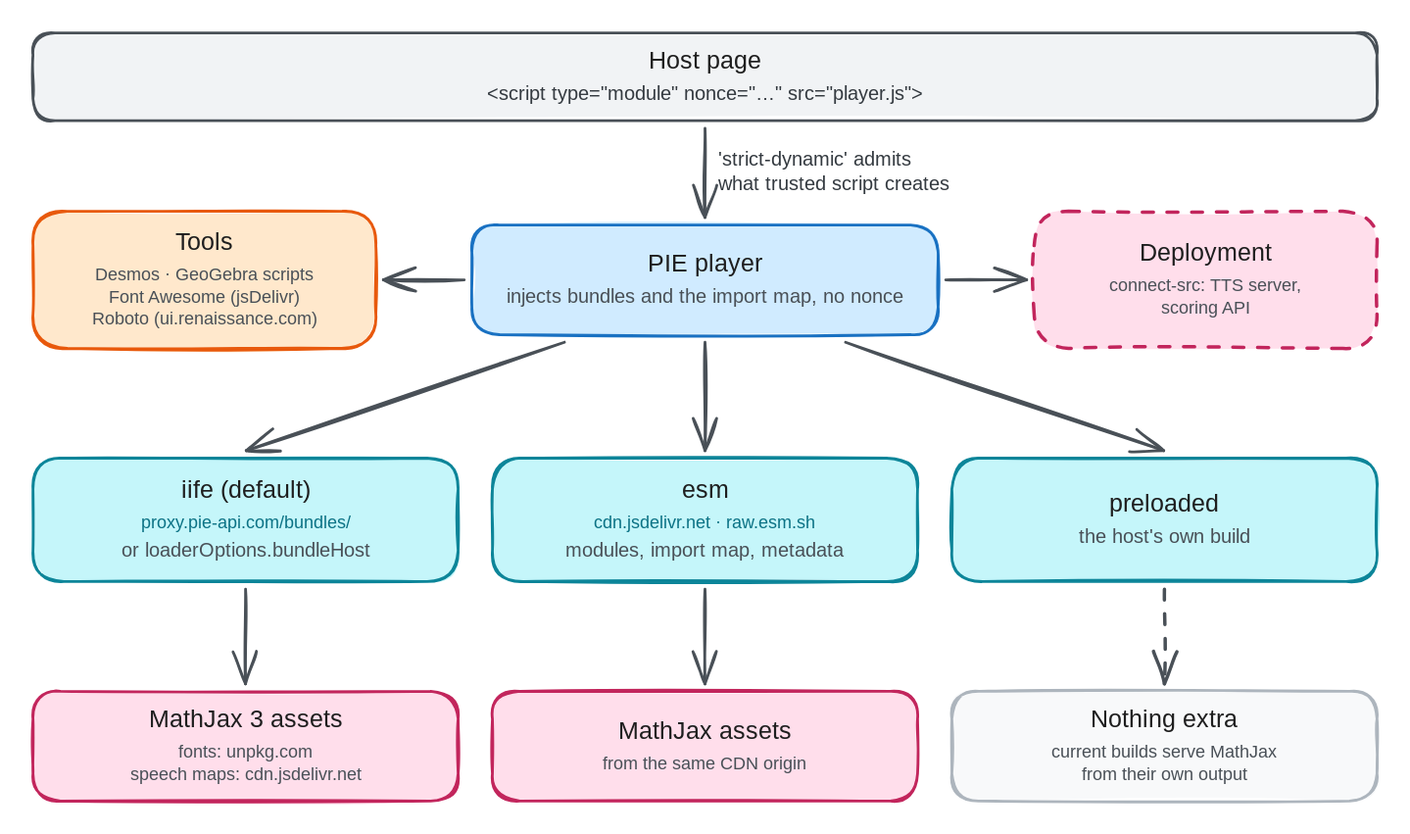
This is packages/pie-website-app/static/images/diagrams/csp-origins.excalidraw.svg from pie-framework/pie-website-ng, a Excalidraw export, as it was before one commit. Source tidied: one line per element, renumbered; positions are measured from the earlier drawing's top-left corner, leaving out a move shared by most shapes.
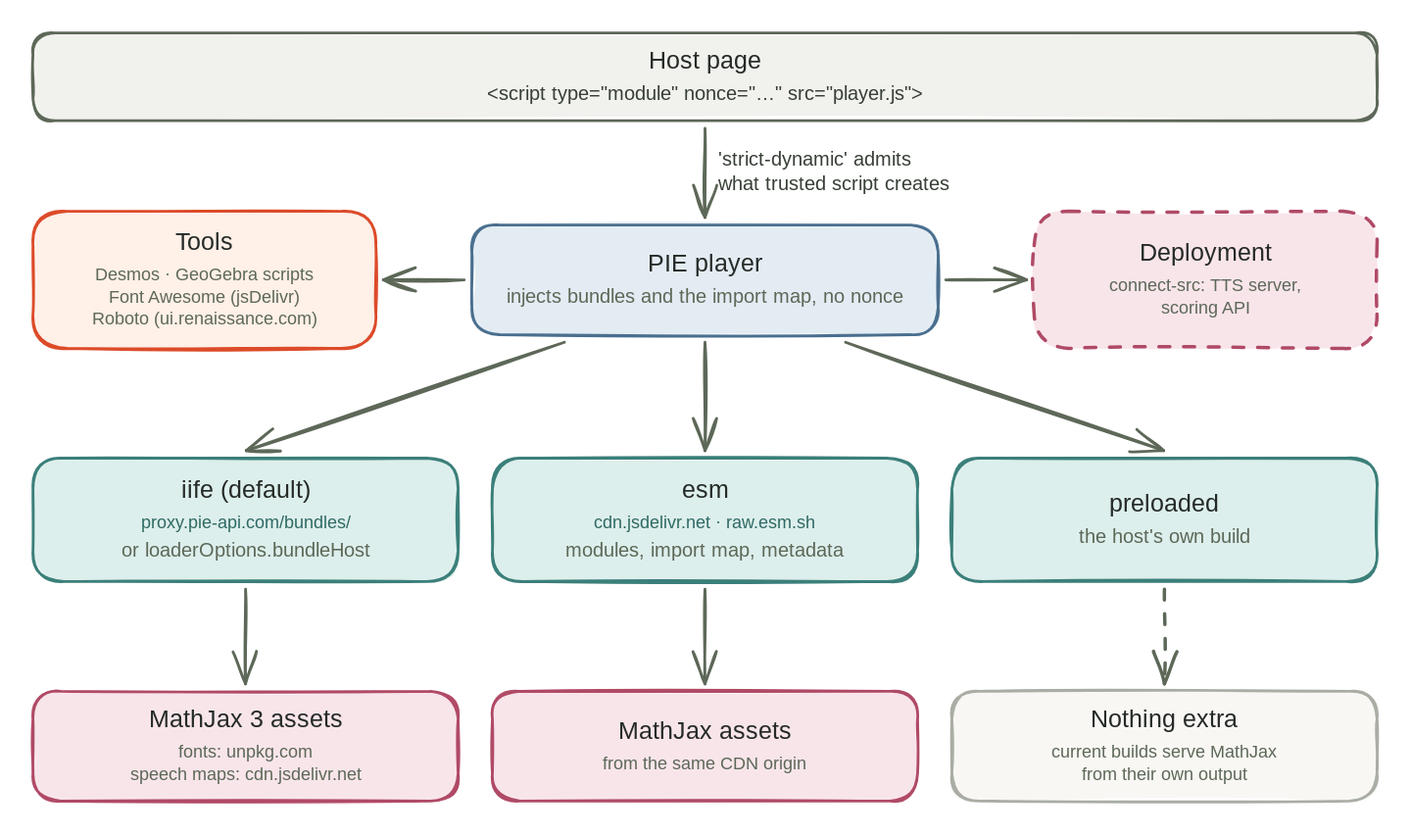
Above is the later version.

What changed in the source:
```diff
@@ -1,42 +1,42 @@
-{"id": 0, "type": "rectangle", "strokeColor": "#495057", "backgroundColor": "#f1f3f5", "fillStyle": "solid", "strokeWidth": 2, "roughness": 1, "round": true, "x": 0, "y": 0, "width": 980, "height": 64}
+{"id": 0, "type": "rectangle", "strokeColor": "#5d6858", "backgroundColor": "#f1f1ed", "fillStyle": "solid", "strokeWidth": 2, "roughness": 1, "round": true, "x": 0, "y": 0, "width": 980, "height": 64}
-{"id": 1, "type": "text", "text": "Host page", "strokeColor": "#1e1e1e", "strokeWidth": 2, "roughness": 1, "fontSize": 18, "fontFamily": 5, "textAlign": "center", "x": 446, "y": 10, "width": 88, "height": 22}
+{"id": 1, "type": "text", "text": "Host page", "strokeColor": "#252a27", "strokeWidth": 2, "roughness": 1, "fontSize": 18, "fontFamily": 5, "textAlign": "center", "x": 446, "y": 10, "width": 88, "height": 22}
-{"id": 2, "type": "text", "text": "<script type=\"module\" nonce=\"…\" src=\"player.js\">", "strokeColor": "#343a40", "strokeWidth": 2, "roughness": 1, "fontSize": 14, "fontFamily": 8, "textAlign": "center", "x": 305, "y": 36, "width": 370, "height": 18}
+{"id": 2, "type": "text", "text": "<script type=\"module\" nonce=\"…\" src=\"player.js\">", "strokeColor": "#373f36", "strokeWidth": 2, "roughness": 1, "fontSize": 14, "fontFamily": 8, "textAlign": "center", "x": 305, "y": 36, "width": 370, "height": 18}
-{"id": 3, "type": "rectangle", "strokeColor": "#1971c2", "backgroundColor": "#d0ebff", "fillStyle": "solid", "strokeWidth": 2, "roughness": 1, "round": true, "x": 320, "y": 140, "width": 340, "height": 80}
+{"id": 3, "type": "rectangle", "strokeColor": "#4a6f8f", "backgroundColor": "#e3ecf3", "fillStyle": "solid", "strokeWidth": 2, "roughness": 1, "round": true, "x": 320, "y": 140, "width": 340, "height": 80}
-{"id": 4, "type": "text", "text": "PIE player", "strokeColor": "#1e1e1e", "strokeWidth": 2, "roughness": 1, "fontSize": 18, "fontFamily": 5, "textAlign": "center", "x": 443, "y": 158, "width": 93, "height": 22}
+{"id": 4, "type": "text", "text": "PIE player", "strokeColor": "#252a27", "strokeWidth": 2, "roughness": 1, "fontSize": 18, "fontFamily": 5, "textAlign": "center", "x": 443, "y": 158, "width": 93, "height": 22}
-{"id": 5, "type": "text", "text": "injects bundles and the import map, no nonce", "strokeColor": "#495057", "strokeWidth": 2, "roughness": 1, "fontSize": 14, "fontFamily": 5, "textAlign": "center", "x": 337, "y": 184, "width": 306, "height": 18}
+{"id": 5, "type": "text", "text": "injects bundles and the import map, no nonce", "strokeColor": "#5d6858", "strokeWidth": 2, "roughness": 1, "fontSize": 14, "fontFamily": 5, "textAlign": "center", "x": 337, "y": 184, "width": 306, "height": 18}
-{"id": 6, "type": "rectangle", "strokeColor": "#e8590c", "backgroundColor": "#ffe8cc", "fillStyle": "solid", "strokeWidth": 2, "roughness": 1, "round": true, "x": 0, "y": 130, "width": 250, "height": 100}
+{"id": 6, "type": "rectangle", "strokeColor": "#dc4b29", "backgroundColor": "#fff0e8", "fillStyle": "solid", "strokeWidth": 2, "roughness": 1, "round": true, "x": 0, "y": 130, "width": 250, "height": 100}
-{"id": 7, "type": "text", "text": "Tools", "strokeColor": "#1e1e1e", "strokeWidth": 2, "roughness": 1, "fontSize": 18, "fontFamily": 5, "textAlign": "center", "x": 100, "y": 142, "width": 49, "height": 22}
+{"id": 7, "type": "text", "text": "Tools", "strokeColor": "#252a27", "strokeWidth": 2, "roughness": 1, "fontSize": 18, "fontFamily": 5, "textAlign": "center", "x": 100, "y": 142, "width": 49, "height": 22}
-{"id": 8, "type": "text", "text": "Desmos · GeoGebra scripts\nFont Awesome (jsDelivr)\nRoboto (ui.renaissance.com)", "strokeColor": "#495057", "strokeWidth": 2, "roughness": 1, "fontSize": 13, "fontFamily": 5, "textAlign": "center", "x": 37, "y": 169, "width": 175, "height": 49}
+{"id": 8, "type": "text", "text": "Desmos · GeoGebra scripts\nFont Awesome (jsDelivr)\nRoboto (ui.renaissance.com)", "strokeColor": "#5d6858", "strokeWidth": 2, "roughness": 1, "fontSize": 13, "fontFamily": 5, "textAlign": "center", "x": 37, "y": 169, "width": 175, "height": 49}
-{"id": 9, "type": "rectangle", "strokeColor": "#c2255c", "backgroundColor": "#ffdeeb", "fillStyle": "solid", "strokeWidth": 2, "strokeStyle": "dashed", "roughness": 1, "round": true, "x": 730, "y": 130, "width": 250, "height": 100}
+{"id": 9, "type": "rectangle", "strokeColor": "#b04a66", "backgroundColor": "#f8e5ea", "fillStyle": "solid", "strokeWidth": 2, "strokeStyle": "dashed", "roughness": 1, "round": true, "x": 730, "y": 130, "width": 250, "height": 100}
-{"id": 10, "type": "text", "text": "Deployment", "strokeColor": "#1e1e1e", "strokeWidth": 2, "roughness": 1, "fontSize": 18, "fontFamily": 5, "textAlign": "center", "x": 806, "y": 150, "width": 99, "height": 22}
+{"id": 10, "type": "text", "text": "Deployment", "strokeColor": "#252a27", "strokeWidth": 2, "roughness": 1, "fontSize": 18, "fontFamily": 5, "textAlign": "center", "x": 806, "y": 150, "width": 99, "height": 22}
-{"id": 11, "type": "text", "text": "connect-src: TTS server,\nscoring API", "strokeColor": "#495057", "strokeWidth": 2, "roughness": 1, "fontSize": 13, "fontFamily": 5, "textAlign": "center", "x": 776, "y": 177, "width": 158, "height": 32}
+{"id": 11, "type": "text", "text": "connect-src: TTS server,\nscoring API", "strokeColor": "#5d6858", "strokeWidth": 2, "roughness": 1, "fontSize": 13, "fontFamily": 5, "textAlign": "center", "x": 776, "y": 177, "width": 158, "height": 32}
-{"id": 12, "type": "rectangle", "strokeColor": "#0c8599", "backgroundColor": "#c5f6fa", "fillStyle": "solid", "strokeWidth": 2, "roughness": 1, "round": true, "x": 0, "y": 310, "width": 310, "height": 90}
+{"id": 12, "type": "rectangle", "strokeColor": "#3b7f7a", "backgroundColor": "#ddefec", "fillStyle": "solid", "strokeWidth": 2, "roughness": 1, "round": true, "x": 0, "y": 310, "width": 310, "height": 90}
-{"id": 13, "type": "text", "text": "iife (default)", "strokeColor": "#1e1e1e", "strokeWidth": 2, "roughness": 1, "fontSize": 18, "fontFamily": 5, "textAlign": "center", "x": 98, "y": 323, "width": 114, "height": 22}
+{"id": 13, "type": "text", "text": "iife (default)", "strokeColor": "#252a27", "strokeWidth": 2, "roughness": 1, "fontSize": 18, "fontFamily": 5, "textAlign": "center", "x": 98, "y": 323, "width": 114, "height": 22}
-{"id": 14, "type": "text", "text": "proxy.pie-api.com/bundles/", "strokeColor": "#0b7285", "strokeWidth": 2, "roughness": 1, "fontSize": 13, "fontFamily": 8, "textAlign": "center", "x": 62, "y": 349, "width": 186, "height": 16}
+{"id": 14, "type": "text", "text": "proxy.pie-api.com/bundles/", "strokeColor": "#2f6964", "strokeWidth": 2, "roughness": 1, "fontSize": 13, "fontFamily": 8, "textAlign": "center", "x": 62, "y": 349, "width": 186, "height": 16}
-{"id": 15, "type": "text", "text": "or loaderOptions.bundleHost", "strokeColor": "#495057", "strokeWidth": 2, "roughness": 1, "fontSize": 14, "fontFamily": 5, "textAlign": "center", "x": 59, "y": 370, "width": 191, "height": 18}
+{"id": 15, "type": "text", "text": "or loaderOptions.bundleHost", "strokeColor": "#5d6858", "strokeWidth": 2, "roughness": 1, "fontSize": 14, "fontFamily": 5, "textAlign": "center", "x": 59, "y": 370, "width": 191, "height": 18}
-{"id": 16, "type": "rectangle", "strokeColor": "#0c8599", "backgroundColor": "#c5f6fa", "fillStyle": "solid", "strokeWidth": 2, "roughness": 1, "round": true, "x": 335, "y": 310, "width": 310, "height": 90}
+{"id": 16, "type": "rectangle", "strokeColor": "#3b7f7a", "backgroundColor": "#ddefec", "fillStyle": "solid", "strokeWidth": 2, "roughness": 1, "round": true, "x": 335, "y": 310, "width": 310, "height": 90}
-{"id": 17, "type": "text", "text": "esm", "strokeColor": "#1e1e1e", "strokeWidth": 2, "roughness": 1, "fontSize": 18, "fontFamily": 5, "textAlign": "center", "x": 474, "y": 323, "width": 31, "height": 22}
+{"id": 17, "type": "text", "text": "esm", "strokeColor": "#252a27", "strokeWidth": 2, "roughness": 1, "fontSize": 18, "fontFamily": 5, "textAlign": "center", "x": 474, "y": 323, "width": 31, "height": 22}
-{"id": 18, "type": "text", "text": "cdn.jsdelivr.net · raw.esm.sh", "strokeColor": "#0b7285", "strokeWidth": 2, "roughness": 1, "fontSize": 13, "fontFamily": 8, "textAlign": "center", "x": 388, "y": 349, "width": 203, "height": 16}
+{"id": 18, "type": "text", "text": "cdn.jsdelivr.net · raw.esm.sh", "strokeColor": "#2f6964", "strokeWidth": 2, "roughness": 1, "fontSize": 13, "fontFamily": 8, "textAlign": "center", "x": 388, "y": 349, "width": 203, "height": 16}
-{"id": 19, "type": "text", "text": "modules, import map, metadata", "strokeColor": "#495057", "strokeWidth": 2, "roughness": 1, "fontSize": 14, "fontFamily": 5, "textAlign": "center", "x": 386, "y": 370, "width": 208, "height": 18}
+{"id": 19, "type": "text", "text": "modules, import map, metadata", "strokeColor": "#5d6858", "strokeWidth": 2, "roughness": 1, "fontSize": 14, "fontFamily": 5, "textAlign": "center", "x": 386, "y": 370, "width": 208, "height": 18}
-{"id": 20, "type": "rectangle", "strokeColor": "#0c8599", "backgroundColor": "#c5f6fa", "fillStyle": "solid", "strokeWidth": 2, "roughness": 1, "round": true, "x": 670, "y": 310, "width": 310, "height": 90}
+{"id": 20, "type": "rectangle", "strokeColor": "#3b7f7a", "backgroundColor": "#ddefec", "fillStyle": "solid", "strokeWidth": 2, "roughness": 1, "round": true, "x": 670, "y": 310, "width": 310, "height": 90}
-{"id": 21, "type": "text", "text": "preloaded", "strokeColor": "#1e1e1e", "strokeWidth": 2, "roughness": 1, "fontSize": 18, "fontFamily": 5, "textAlign": "center", "x": 783, "y": 333, "width": 83, "height": 22}
+{"id": 21, "type": "text", "text": "preloaded", "strokeColor": "#252a27", "strokeWidth": 2, "roughness": 1, "fontSize": 18, "fontFamily": 5, "textAlign": "center", "x": 783, "y": 333, "width": 83, "height": 22}
-{"id": 22, "type": "text", "text": "the host's own build", "strokeColor": "#495057", "strokeWidth": 2, "roughness": 1, "fontSize": 14, "fontFamily": 5, "textAlign": "center", "x": 756, "y": 360, "width": 138, "height": 18}
+{"id": 22, "type": "text", "text": "the host's own build", "strokeColor": "#5d6858", "strokeWidth": 2, "roughness": 1, "fontSize": 14, "fontFamily": 5, "textAlign": "center", "x": 756, "y": 360, "width": 138, "height": 18}
-{"id": 23, "type": "rectangle", "strokeColor": "#c2255c", "backgroundColor": "#ffdeeb", "fillStyle": "solid", "strokeWidth": 2, "roughness": 1, "round": true, "x": 0, "y": 480, "width": 310, "height": 80}
+{"id": 23, "type": "rectangle", "strokeColor": "#b04a66", "backgroundColor": "#f8e5ea", "fillStyle": "solid", "strokeWidth": 2, "roughness": 1, "round": true, "x": 0, "y": 480, "width": 310, "height": 80}
-{"id": 24, "type": "text", "text": "MathJax 3 assets", "strokeColor": "#1e1e1e", "strokeWidth": 2, "roughness": 1, "fontSize": 18, "fontFamily": 5, "textAlign": "center", "x": 75, "y": 490, "width": 160, "height": 22}
+{"id": 24, "type": "text", "text": "MathJax 3 assets", "strokeColor": "#252a27", "strokeWidth": 2, "roughness": 1, "fontSize": 18, "fontFamily": 5, "textAlign": "center", "x": 75, "y": 490, "width": 160, "height": 22}
-{"id": 25, "type": "text", "text": "fonts: unpkg.com\nspeech maps: cdn.jsdelivr.net", "strokeColor": "#495057", "strokeWidth": 2, "roughness": 1, "fontSize": 13, "fontFamily": 5, "textAlign": "center", "x": 66, "y": 517, "width": 179, "height": 32}
+{"id": 25, "type": "text", "text": "fonts: unpkg.com\nspeech maps: cdn.jsdelivr.net", "strokeColor": "#5d6858", "strokeWidth": 2, "roughness": 1, "fontSize": 13, "fontFamily": 5, "textAlign": "center", "x": 66, "y": 517, "width": 179, "height": 32}
-{"id": 26, "type": "rectangle", "strokeColor": "#c2255c", "backgroundColor": "#ffdeeb", "fillStyle": "solid", "strokeWidth": 2, "roughness": 1, "round": true, "x": 335, "y": 480, "width": 310, "height": 80}
+{"id": 26, "type": "rectangle", "strokeColor": "#b04a66", "backgroundColor": "#f8e5ea", "fillStyle": "solid", "strokeWidth": 2, "roughness": 1, "round": true, "x": 335, "y": 480, "width": 310, "height": 80}
-{"id": 27, "type": "text", "text": "MathJax assets", "strokeColor": "#1e1e1e", "strokeWidth": 2, "roughness": 1, "fontSize": 18, "fontFamily": 5, "textAlign": "center", "x": 419, "y": 499, "width": 142, "height": 22}
+{"id": 27, "type": "text", "text": "MathJax assets", "strokeColor": "#252a27", "strokeWidth": 2, "roughness": 1, "fontSize": 18, "fontFamily": 5, "textAlign": "center", "x": 419, "y": 499, "width": 142, "height": 22}
-{"id": 28, "type": "text", "text": "from the same CDN origin", "strokeColor": "#495057", "strokeWidth": 2, "roughness": 1, "fontSize": 13, "fontFamily": 5, "textAlign": "center", "x": 409, "y": 525, "width": 161, "height": 16}
+{"id": 28, "type": "text", "text": "from the same CDN origin", "strokeColor": "#5d6858", "strokeWidth": 2, "roughness": 1, "fontSize": 13, "fontFamily": 5, "textAlign": "center", "x": 409, "y": 525, "width": 161, "height": 16}
-{"id": 29, "type": "rectangle", "strokeColor": "#adb5bd", "backgroundColor": "#f8f9fa", "fillStyle": "solid", "strokeWidth": 2, "roughness": 1, "round": true, "x": 670, "y": 480, "width": 310, "height": 80}
+{"id": 29, "type": "rectangle", "strokeColor": "#a9ada4", "backgroundColor": "#f8f7f3", "fillStyle": "solid", "strokeWidth": 2, "roughness": 1, "round": true, "x": 670, "y": 480, "width": 310, "height": 80}
-{"id": 30, "type": "text", "text": "Nothing extra", "strokeColor": "#1e1e1e", "strokeWidth": 2, "roughness": 1, "fontSize": 18, "fontFamily": 5, "textAlign": "center", "x": 765, "y": 490, "width": 121, "height": 22}
+{"id": 30, "type": "text", "text": "Nothing extra", "strokeColor": "#252a27", "strokeWidth": 2, "roughness": 1, "fontSize": 18, "fontFamily": 5, "textAlign": "center", "x": 765, "y": 490, "width": 121, "height": 22}
-{"id": 31, "type": "text", "text": "current builds serve MathJax\nfrom their own output", "strokeColor": "#495057", "strokeWidth": 2, "roughness": 1, "fontSize": 13, "fontFamily": 5, "textAlign": "center", "x": 733, "y": 517, "width": 184, "height": 32}
+{"id": 31, "type": "text", "text": "current builds serve MathJax\nfrom their own output", "strokeColor": "#5d6858", "strokeWidth": 2, "roughness": 1, "fontSize": 13, "fontFamily": 5, "textAlign": "center", "x": 733, "y": 517, "width": 184, "height": 32}
-{"id": 32, "type": "arrow", "strokeColor": "#495057", "strokeWidth": 2, "roughness": 1, "endArrowhead": "arrow", "from": 0, "to": 3, "x": 490, "y": 70, "width": 0, "height": 65, "points": [[0, 0], [0, 65]]}
+{"id": 32, "type": "arrow", "strokeColor": "#5d6858", "strokeWidth": 2, "roughness": 1, "endArrowhead": "arrow", "from": 0, "to": 3, "x": 490, "y": 70, "width": 0, "height": 65, "points": [[0, 0], [0, 65]]}
-{"id": 33, "type": "text", "text": "'strict-dynamic' admits\nwhat trusted script creates", "strokeColor": "#343a40", "strokeWidth": 2, "roughness": 1, "fontSize": 14, "fontFamily": 5, "x": 500, "y": 84, "width": 193, "height": 35}
+{"id": 33, "type": "text", "text": "'strict-dynamic' admits\nwhat trusted script creates", "strokeColor": "#373f36", "strokeWidth": 2, "roughness": 1, "fontSize": 14, "fontFamily": 5, "x": 500, "y": 84, "width": 193, "height": 35}
-{"id": 34, "type": "arrow", "strokeColor": "#495057", "strokeWidth": 2, "roughness": 1, "endArrowhead": "arrow", "from": 3, "to": 6, "x": 314, "y": 180, "width": 59, "height": 0, "points": [[0, 0], [-59, 0]]}
+{"id": 34, "type": "arrow", "strokeColor": "#5d6858", "strokeWidth": 2, "roughness": 1, "endArrowhead": "arrow", "from": 3, "to": 6, "x": 314, "y": 180, "width": 59, "height": 0, "points": [[0, 0], [-59, 0]]}
-{"id": 35, "type": "arrow", "strokeColor": "#495057", "strokeWidth": 2, "roughness": 1, "endArrowhead": "arrow", "from": 3, "to": 9, "x": 666, "y": 180, "width": 59, "height": 0, "points": [[0, 0], [59, 0]]}
+{"id": 35, "type": "arrow", "strokeColor": "#5d6858", "strokeWidth": 2, "roughness": 1, "endArrowhead": "arrow", "from": 3, "to": 9, "x": 666, "y": 180, "width": 59, "height": 0, "points": [[0, 0], [59, 0]]}
-{"id": 36, "type": "arrow", "strokeColor": "#495057", "strokeWidth": 2, "roughness": 1, "endArrowhead": "arrow", "from": 3, "to": 12, "x": 388, "y": 226, "width": 232, "height": 79, "points": [[0, 0], [-232, 79]]}
+{"id": 36, "type": "arrow", "strokeColor": "#5d6858", "strokeWidth": 2, "roughness": 1, "endArrowhead": "arrow", "from": 3, "to": 12, "x": 388, "y": 226, "width": 232, "height": 79, "points": [[0, 0], [-232, 79]]}
-{"id": 37, "type": "arrow", "strokeColor": "#495057", "strokeWidth": 2, "roughness": 1, "endArrowhead": "arrow", "from": 3, "to": 16, "x": 490, "y": 226, "width": 0, "height": 79, "points": [[0, 0], [0, 79]]}
+{"id": 37, "type": "arrow", "strokeColor": "#5d6858", "strokeWidth": 2, "roughness": 1, "endArrowhead": "arrow", "from": 3, "to": 16, "x": 490, "y": 226, "width": 0, "height": 79, "points": [[0, 0], [0, 79]]}
-{"id": 38, "type": "arrow", "strokeColor": "#495057", "strokeWidth": 2, "roughness": 1, "endArrowhead": "arrow", "from": 3, "to": 20, "x": 592, "y": 226, "width": 232, "height": 79, "points": [[0, 0], [232, 79]]}
+{"id": 38, "type": "arrow", "strokeColor": "#5d6858", "strokeWidth": 2, "roughness": 1, "endArrowhead": "arrow", "from": 3, "to": 20, "x": 592, "y": 226, "width": 232, "height": 79, "points": [[0, 0], [232, 79]]}
-{"id": 39, "type": "arrow", "strokeColor": "#495057", "strokeWidth": 2, "roughness": 1, "endArrowhead": "arrow", "from": 12, "to": 23, "x": 155, "y": 406, "width": 0, "height": 69, "points": [[0, 0], [0, 69]]}
+{"id": 39, "type": "arrow", "strokeColor": "#5d6858", "strokeWidth": 2, "roughness": 1, "endArrowhead": "arrow", "from": 12, "to": 23, "x": 155, "y": 406, "width": 0, "height": 69, "points": [[0, 0], [0, 69]]}
-{"id": 40, "type": "arrow", "strokeColor": "#495057", "strokeWidth": 2, "roughness": 1, "endArrowhead": "arrow", "from": 16, "to": 26, "x": 490, "y": 406, "width": 0, "height": 69, "points": [[0, 0], [0, 69]]}
+{"id": 40, "type": "arrow", "strokeColor": "#5d6858", "strokeWidth": 2, "roughness": 1, "endArrowhead": "arrow", "from": 16, "to": 26, "x": 490, "y": 406, "width": 0, "height": 69, "points": [[0, 0], [0, 69]]}
-{"id": 41, "type": "arrow", "strokeColor": "#495057", "strokeWidth": 2, "strokeStyle": "dashed", "roughness": 1, "endArrowhead": "arrow", "from": 20, "to": 29, "x": 825, "y": 406, "width": 0, "height": 69, "points": [[0, 0], [0, 69]]}
+{"id": 41, "type": "arrow", "strokeColor": "#5d6858", "strokeWidth": 2, "strokeStyle": "dashed", "roughness": 1, "endArrowhead": "arrow", "from": 20, "to": 29, "x": 825, "y": 406, "width": 0, "height": 69, "points": [[0, 0], [0, 69]]}
```
